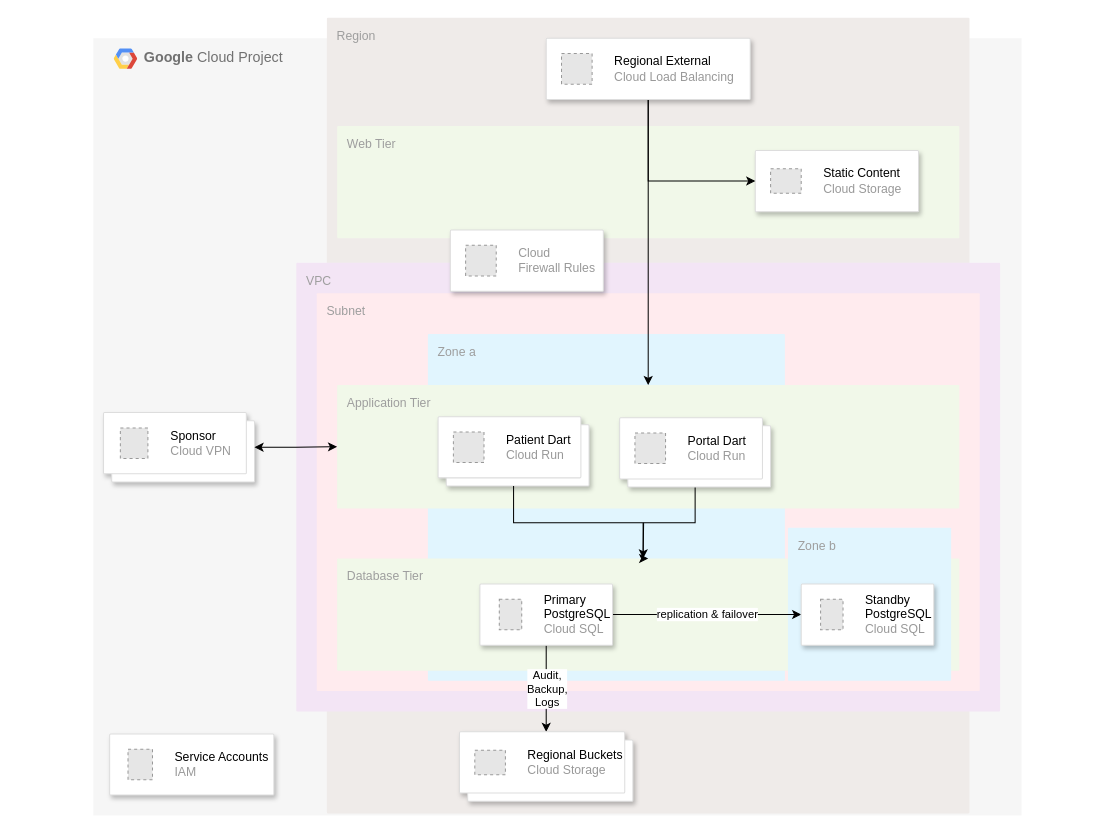
The draw.io diagram docs/diagram/SponsorCloud.drawio in Cure-HHT/hht_diary, before the edit. Source tidied: cells renumbered, new cells numbered last; positions are measured from the earlier drawing's top-left corner, leaving out a move shared by most shapes. Both pictures are drawn from the tidied source at 102%, with x=0, y=0 at pixel (93, 17). Pictures stored in the file or linked from it are replaced by grey dashed boxes.
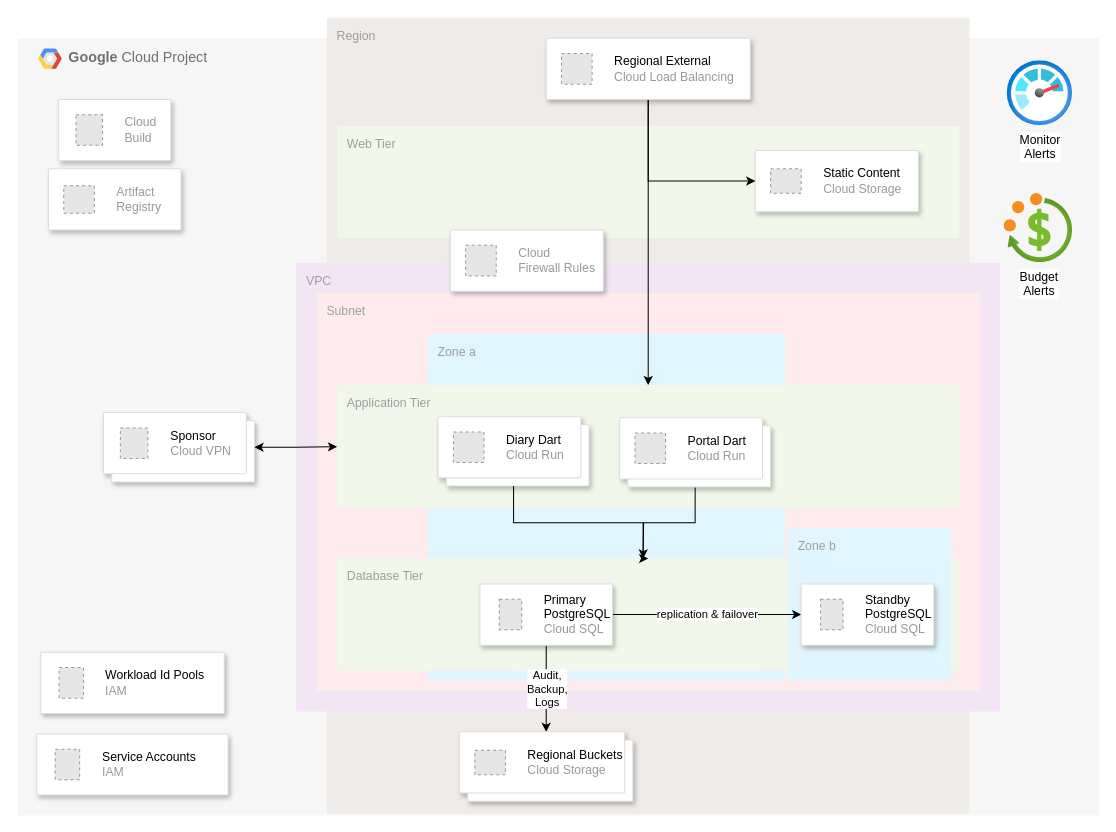
Above is the later version.

Commit message (it also covers changes not shown here):
[CUR-635] Added Alerts, CICD, WIP. Implements REQ-p00021.

The change refers to these unchanged cells:
```xml
<mxCell id="23" style="shape=mxgraph.gcp2.doubleRect;fillColor=#ffffff;strokeColor=#dddddd;shadow=1;strokeWidth=1;rounded=1;absoluteArcSize=1;arcSize=2;" parent="1" vertex="1">
  <mxGeometry x="338" y="391" width="148" height="68" as="geometry" />
</mxCell>
```

What changed in the source:
```diff
@@
     <mxCell id="2" value="&lt;b&gt;Google &lt;/b&gt;Cloud Project" style="fillColor=#F6F6F6;strokeColor=none;shadow=0;gradientColor=none;fontSize=14;align=left;spacing=10;fontColor=#717171;9E9E9E;verticalAlign=top;spacingTop=-4;fontStyle=0;spacingLeft=40;html=1;whiteSpace=wrap;" parent="1" vertex="1">
-      <mxGeometry y="20" width="910" height="762" as="geometry" />
+      <mxGeometry x="-74" y="20" width="1060" height="762" as="geometry" />
     </mxCell>
@@
     <mxCell id="4" style="fillColor=#ffffff;strokeColor=#dddddd;shadow=1;strokeWidth=1;rounded=1;absoluteArcSize=1;arcSize=2;" parent="2" vertex="1">
-      <mxGeometry x="16" y="682" width="161" height="60" as="geometry" />
+      <mxGeometry x="18.6" y="682" width="187.5" height="60" as="geometry" />
     </mxCell>
@@
+    <mxCell id="39" style="fillColor=#ffffff;strokeColor=#dddddd;shadow=1;strokeWidth=1;rounded=1;absoluteArcSize=1;arcSize=2;" parent="2" vertex="1">
+      <mxGeometry x="30" y="128" width="130" height="60" as="geometry" />
+    </mxCell>
+    <mxCell id="40" value="Artifact&#10;Registry" style="fillColor=#E6E6E6;strokeColor=#999999;dashed=1;html=1;fontColor=#999999;verticalLabelPosition=middle;verticalAlign=middle;labelPosition=right;align=left;spacingLeft=20;" parent="39" vertex="1">
+      <mxGeometry width="30" height="27" relative="1" as="geometry">
+        <mxPoint x="15" y="16.5" as="offset" />
+      </mxGeometry>
+    </mxCell>
+    <mxCell id="41" style="fillColor=#ffffff;strokeColor=#dddddd;shadow=1;strokeWidth=1;rounded=1;absoluteArcSize=1;arcSize=2;" parent="2" vertex="1">
+      <mxGeometry x="40" y="60" width="110" height="60" as="geometry" />
+    </mxCell>
+    <mxCell id="42" value="Cloud&#10;Build" style="fillColor=#E6E6E6;strokeColor=#999999;dashed=1;html=1;fontColor=#999999;verticalLabelPosition=middle;verticalAlign=middle;labelPosition=right;align=left;spacingLeft=20;" parent="41" vertex="1">
+      <mxGeometry width="26" height="30" relative="1" as="geometry">
+        <mxPoint x="17" y="15" as="offset" />
+      </mxGeometry>
+    </mxCell>
+    <mxCell id="43" style="fillColor=#ffffff;strokeColor=#dddddd;shadow=1;strokeWidth=1;rounded=1;absoluteArcSize=1;arcSize=2;" parent="2" vertex="1">
+      <mxGeometry x="22.4" y="602" width="180" height="60" as="geometry" />
+    </mxCell>
+    <mxCell id="44" value="&lt;font color=&quot;#000000&quot;&gt;Workload Id Pools&lt;/font&gt;&lt;br&gt;IAM" style="fillColor=#E6E6E6;strokeColor=#999999;dashed=1;html=1;fontColor=#999999;verticalLabelPosition=middle;verticalAlign=middle;labelPosition=right;align=left;spacingLeft=20;" parent="43" vertex="1">
+      <mxGeometry width="24" height="30" relative="1" as="geometry">
+        <mxPoint x="18" y="15" as="offset" />
+      </mxGeometry>
+    </mxCell>
+    <mxCell id="45" value="Monitor&lt;div&gt;Alerts&lt;/div&gt;" style="image;html=1;align=center;fontSize=12;image=img/lib/azure2/management_governance/Monitor.svg;" parent="2" vertex="1">
+      <mxGeometry x="970" y="22" width="64" height="64" as="geometry" />
+    </mxCell>
+    <mxCell id="46" value="Budget&lt;div&gt;Alerts&lt;/div&gt;" style="image;html=1;align=center;fontSize=12;image=img/lib/azure2/general/Cost_Budgets.svg;" parent="2" vertex="1">
+      <mxGeometry x="967" y="152" width="67" height="68" as="geometry" />
+    </mxCell>
@@
-    <mxCell id="24" value="&lt;font color=&quot;#000000&quot;&gt;Patient Dart&lt;/font&gt;&lt;br&gt;Cloud Run" style="fillColor=#E6E6E6;strokeColor=#999999;dashed=1;html=1;fontColor=#999999;verticalLabelPosition=middle;verticalAlign=middle;labelPosition=right;align=left;spacingLeft=20;" parent="23" vertex="1">
+    <mxCell id="24" value="&lt;font color=&quot;#000000&quot;&gt;Diary Dart&lt;/font&gt;&lt;br&gt;Cloud Run" style="fillColor=#E6E6E6;strokeColor=#999999;dashed=1;html=1;fontColor=#999999;verticalLabelPosition=middle;verticalAlign=middle;labelPosition=right;align=left;spacingLeft=20;" parent="23" vertex="1">
       <mxGeometry width="30" height="30" relative="1" as="geometry">
         <mxPoint x="15" y="15" as="offset" />
       </mxGeometry>
     </mxCell>
```
